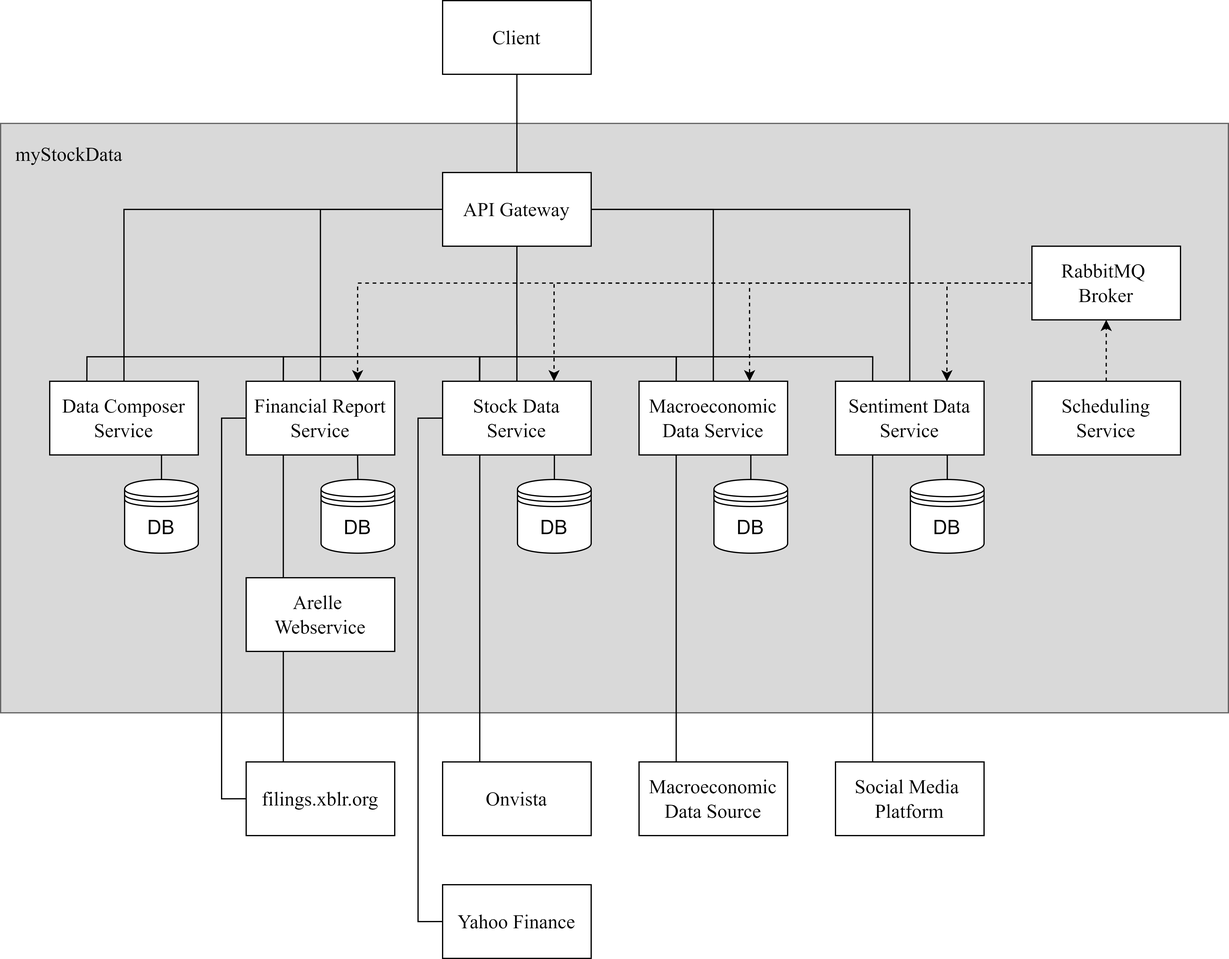
Before: architektur.drawio.png, a diagram exported from draw.io (Oli2861/myStockData). Source tidied: cells renumbered, new cells last; positions are measured from the earlier drawing's top-left corner, leaving out a move shared by most shapes. Source of this version:
```xml
<mxGraphModel>
  <root>
    <mxCell id="0" />
    <mxCell id="1" parent="0" />
    <mxCell id="2" style="rounded=0;whiteSpace=wrap;html=1;fontFamily=Computer Modern;fontSource=https%3A%2F%2Ffonts.googleapis.com%2Fcss%3Ffamily%3DComputer%2BModern;fillColor=#D9D9D9;fontColor=#333333;strokeColor=#666666;fontSize=16;" parent="1" vertex="1">
      <mxGeometry y="100" width="1000" height="480" as="geometry" />
    </mxCell>
    <mxCell id="3" style="edgeStyle=orthogonalEdgeStyle;rounded=0;jettySize=auto;html=1;entryX=0.5;entryY=1;entryDx=0;entryDy=0;fontFamily=Computer Modern;fontSource=https%3A%2F%2Ffonts.googleapis.com%2Fcss%3Ffamily%3DComputer%2BModern;dashed=1;fontSize=16;" parent="1" edge="1" source="4" target="9">
      <mxGeometry relative="1" as="geometry" />
    </mxCell>
    <mxCell id="4" value="Scheduling Service" style="rounded=0;whiteSpace=wrap;html=1;fontFamily=Computer Modern;fontSource=https%3A%2F%2Ffonts.googleapis.com%2Fcss%3Ffamily%3DComputer%2BModern;fontSize=16;" parent="1" vertex="1">
      <mxGeometry x="840" y="310" width="121" height="60" as="geometry" />
    </mxCell>
    <mxCell id="5" style="edgeStyle=orthogonalEdgeStyle;rounded=0;jettySize=auto;html=1;entryX=0.75;entryY=0;entryDx=0;entryDy=0;dashed=1;fontFamily=Computer Modern;fontSource=https%3A%2F%2Ffonts.googleapis.com%2Fcss%3Ffamily%3DComputer%2BModern;fontSize=16;" parent="1" edge="1" source="9" target="14">
      <mxGeometry relative="1" as="geometry" />
    </mxCell>
    <mxCell id="6" style="edgeStyle=orthogonalEdgeStyle;rounded=0;jettySize=auto;html=1;entryX=0.75;entryY=0;entryDx=0;entryDy=0;exitX=0;exitY=0.5;exitDx=0;exitDy=0;dashed=1;fontFamily=Computer Modern;fontSource=https%3A%2F%2Ffonts.googleapis.com%2Fcss%3Ffamily%3DComputer%2BModern;fontSize=16;" parent="1" edge="1" source="9" target="19">
      <mxGeometry relative="1" as="geometry" />
    </mxCell>
    <mxCell id="7" style="edgeStyle=orthogonalEdgeStyle;rounded=0;jettySize=auto;html=1;entryX=0.75;entryY=0;entryDx=0;entryDy=0;exitX=0;exitY=0.5;exitDx=0;exitDy=0;dashed=1;fontFamily=Computer Modern;fontSource=https%3A%2F%2Ffonts.googleapis.com%2Fcss%3Ffamily%3DComputer%2BModern;fontSize=16;" parent="1" edge="1" source="9" target="23">
      <mxGeometry relative="1" as="geometry">
        <Array as="points">
          <mxPoint x="610" y="230" />
          <mxPoint x="610" y="310" />
        </Array>
      </mxGeometry>
    </mxCell>
    <mxCell id="8" style="edgeStyle=orthogonalEdgeStyle;rounded=0;jettySize=auto;html=1;entryX=0.75;entryY=0;entryDx=0;entryDy=0;dashed=1;fontFamily=Computer Modern;fontSource=https%3A%2F%2Ffonts.googleapis.com%2Fcss%3Ffamily%3DComputer%2BModern;fontSize=16;" parent="1" edge="1" source="9" target="26">
      <mxGeometry relative="1" as="geometry" />
    </mxCell>
    <mxCell id="9" value="RabbitMQ &lt;br&gt;Broker" style="rounded=0;whiteSpace=wrap;html=1;fontFamily=Computer Modern;fontSource=https%3A%2F%2Ffonts.googleapis.com%2Fcss%3Ffamily%3DComputer%2BModern;fontSize=16;" parent="1" vertex="1">
      <mxGeometry x="840" y="200" width="121" height="60" as="geometry" />
    </mxCell>
    <mxCell id="10" style="edgeStyle=orthogonalEdgeStyle;rounded=0;jettySize=auto;html=1;entryX=0.25;entryY=0;entryDx=0;entryDy=0;startArrow=none;startFill=0;fontFamily=Computer Modern;fontSource=https%3A%2F%2Ffonts.googleapis.com%2Fcss%3Ffamily%3DComputer%2BModern;exitX=0.25;exitY=1;exitDx=0;exitDy=0;fontSize=16;endArrow=none;endFill=0;" parent="1" edge="1" source="14" target="28">
      <mxGeometry relative="1" as="geometry" />
    </mxCell>
    <mxCell id="11" style="edgeStyle=orthogonalEdgeStyle;rounded=0;jettySize=auto;html=1;entryX=0;entryY=0.5;entryDx=0;entryDy=0;startArrow=none;startFill=0;fontFamily=Computer Modern;fontSource=https%3A%2F%2Ffonts.googleapis.com%2Fcss%3Ffamily%3DComputer%2BModern;exitX=0;exitY=0.5;exitDx=0;exitDy=0;fontSize=16;endArrow=none;endFill=0;" parent="1" edge="1" source="14" target="29">
      <mxGeometry relative="1" as="geometry">
        <Array as="points">
          <mxPoint x="180" y="340" />
          <mxPoint x="180" y="650" />
        </Array>
      </mxGeometry>
    </mxCell>
    <mxCell id="12" style="edgeStyle=orthogonalEdgeStyle;rounded=0;jettySize=auto;html=1;entryX=0;entryY=0.5;entryDx=0;entryDy=0;startArrow=none;startFill=0;endArrow=none;endFill=0;fontSize=16;exitX=0.5;exitY=0;exitDx=0;exitDy=0;" parent="1" edge="1" source="14" target="42">
      <mxGeometry relative="1" as="geometry">
        <Array as="points">
          <mxPoint x="260" y="170" />
        </Array>
      </mxGeometry>
    </mxCell>
    <mxCell id="13" style="edgeStyle=orthogonalEdgeStyle;rounded=0;jettySize=auto;html=1;entryX=0.5;entryY=0;entryDx=0;entryDy=0;startArrow=none;startFill=0;endArrow=none;endFill=0;exitX=0.75;exitY=1;exitDx=0;exitDy=0;fontSize=16;" parent="1" edge="1" source="14" target="34">
      <mxGeometry relative="1" as="geometry" />
    </mxCell>
    <mxCell id="14" value="Financial Report Service" style="rounded=0;whiteSpace=wrap;html=1;fontFamily=Computer Modern;fontSource=https%3A%2F%2Ffonts.googleapis.com%2Fcss%3Ffamily%3DComputer%2BModern;fontSize=16;" parent="1" vertex="1">
      <mxGeometry x="200" y="310" width="121" height="60" as="geometry" />
    </mxCell>
    <mxCell id="15" style="edgeStyle=orthogonalEdgeStyle;rounded=0;jettySize=auto;html=1;entryX=0.25;entryY=0;entryDx=0;entryDy=0;startArrow=none;startFill=0;fontFamily=Computer Modern;fontSource=https%3A%2F%2Ffonts.googleapis.com%2Fcss%3Ffamily%3DComputer%2BModern;exitX=0.25;exitY=1;exitDx=0;exitDy=0;fontSize=16;endArrow=none;endFill=0;" parent="1" edge="1" source="19" target="30">
      <mxGeometry relative="1" as="geometry" />
    </mxCell>
    <mxCell id="16" style="edgeStyle=orthogonalEdgeStyle;rounded=0;jettySize=auto;html=1;entryX=0;entryY=0.5;entryDx=0;entryDy=0;startArrow=none;startFill=0;fontFamily=Computer Modern;fontSource=https%3A%2F%2Ffonts.googleapis.com%2Fcss%3Ffamily%3DComputer%2BModern;exitX=0;exitY=0.5;exitDx=0;exitDy=0;fontSize=16;endArrow=none;endFill=0;" parent="1" edge="1" source="19" target="31">
      <mxGeometry relative="1" as="geometry">
        <Array as="points">
          <mxPoint x="340" y="340" />
          <mxPoint x="340" y="750" />
        </Array>
      </mxGeometry>
    </mxCell>
    <mxCell id="17" style="edgeStyle=orthogonalEdgeStyle;rounded=0;jettySize=auto;html=1;entryX=0.5;entryY=1;entryDx=0;entryDy=0;startArrow=none;startFill=0;endArrow=none;endFill=0;exitX=0.5;exitY=0;exitDx=0;exitDy=0;fontSize=16;" parent="1" edge="1" source="19" target="42">
      <mxGeometry relative="1" as="geometry">
        <Array as="points">
          <mxPoint x="420" y="235" />
          <mxPoint x="420" y="200" />
        </Array>
      </mxGeometry>
    </mxCell>
    <mxCell id="18" style="edgeStyle=orthogonalEdgeStyle;rounded=0;jettySize=auto;html=1;entryX=0.25;entryY=0;entryDx=0;entryDy=0;endArrow=none;endFill=0;" parent="1" edge="1" source="19" target="14">
      <mxGeometry relative="1" as="geometry">
        <Array as="points">
          <mxPoint x="390" y="290" />
          <mxPoint x="230" y="290" />
        </Array>
      </mxGeometry>
    </mxCell>
    <mxCell id="19" value="Stock Data Service" style="rounded=0;whiteSpace=wrap;html=1;fontFamily=Computer Modern;fontSource=https%3A%2F%2Ffonts.googleapis.com%2Fcss%3Ffamily%3DComputer%2BModern;fontSize=16;" parent="1" vertex="1">
      <mxGeometry x="360" y="310" width="121" height="60" as="geometry" />
    </mxCell>
    <mxCell id="20" style="edgeStyle=orthogonalEdgeStyle;rounded=0;jettySize=auto;html=1;entryX=0.25;entryY=0;entryDx=0;entryDy=0;startArrow=none;startFill=0;fontFamily=Computer Modern;fontSource=https%3A%2F%2Ffonts.googleapis.com%2Fcss%3Ffamily%3DComputer%2BModern;exitX=0.25;exitY=1;exitDx=0;exitDy=0;fontSize=16;endArrow=none;endFill=0;" parent="1" edge="1" source="23" target="32">
      <mxGeometry relative="1" as="geometry" />
    </mxCell>
    <mxCell id="21" style="edgeStyle=orthogonalEdgeStyle;rounded=0;jettySize=auto;html=1;entryX=1;entryY=0.5;entryDx=0;entryDy=0;startArrow=none;startFill=0;endArrow=none;endFill=0;exitX=0.5;exitY=0;exitDx=0;exitDy=0;fontSize=16;" parent="1" edge="1" source="23" target="42">
      <mxGeometry relative="1" as="geometry" />
    </mxCell>
    <mxCell id="22" style="edgeStyle=orthogonalEdgeStyle;rounded=0;jettySize=auto;html=1;entryX=0.25;entryY=0;entryDx=0;entryDy=0;endArrow=none;endFill=0;exitX=0.25;exitY=0;exitDx=0;exitDy=0;" parent="1" edge="1" source="23" target="19">
      <mxGeometry relative="1" as="geometry" />
    </mxCell>
    <mxCell id="23" value="Macroeconomic Data Service" style="rounded=0;whiteSpace=wrap;html=1;fontFamily=Computer Modern;fontSource=https%3A%2F%2Ffonts.googleapis.com%2Fcss%3Ffamily%3DComputer%2BModern;fontSize=16;" parent="1" vertex="1">
      <mxGeometry x="520" y="310" width="121" height="60" as="geometry" />
    </mxCell>
    <mxCell id="24" style="edgeStyle=orthogonalEdgeStyle;rounded=0;jettySize=auto;html=1;entryX=0.25;entryY=0;entryDx=0;entryDy=0;startArrow=none;startFill=0;fontFamily=Computer Modern;fontSource=https%3A%2F%2Ffonts.googleapis.com%2Fcss%3Ffamily%3DComputer%2BModern;exitX=0.25;exitY=1;exitDx=0;exitDy=0;fontSize=16;endArrow=none;endFill=0;" parent="1" edge="1" source="26" target="33">
      <mxGeometry relative="1" as="geometry" />
    </mxCell>
    <mxCell id="25" style="edgeStyle=orthogonalEdgeStyle;rounded=0;jettySize=auto;html=1;entryX=0.25;entryY=0;entryDx=0;entryDy=0;endArrow=none;endFill=0;exitX=0.25;exitY=0;exitDx=0;exitDy=0;" parent="1" edge="1" source="26" target="23">
      <mxGeometry relative="1" as="geometry" />
    </mxCell>
    <mxCell id="26" value="Sentiment Data Service" style="rounded=0;whiteSpace=wrap;html=1;fontFamily=Computer Modern;fontSource=https%3A%2F%2Ffonts.googleapis.com%2Fcss%3Ffamily%3DComputer%2BModern;fontSize=16;" parent="1" vertex="1">
      <mxGeometry x="680" y="310" width="121" height="60" as="geometry" />
    </mxCell>
    <mxCell id="27" style="edgeStyle=orthogonalEdgeStyle;rounded=0;jettySize=auto;html=1;entryX=0.25;entryY=0;entryDx=0;entryDy=0;startArrow=none;startFill=0;fontFamily=Computer Modern;fontSource=https%3A%2F%2Ffonts.googleapis.com%2Fcss%3Ffamily%3DComputer%2BModern;exitX=0.25;exitY=1;exitDx=0;exitDy=0;fontSize=16;endArrow=none;endFill=0;" parent="1" edge="1" source="28" target="29">
      <mxGeometry relative="1" as="geometry" />
    </mxCell>
    <mxCell id="28" value="Arelle &lt;br&gt;Webservice" style="rounded=0;whiteSpace=wrap;html=1;fontFamily=Computer Modern;fontSource=https%3A%2F%2Ffonts.googleapis.com%2Fcss%3Ffamily%3DComputer%2BModern;fontSize=16;" parent="1" vertex="1">
      <mxGeometry x="200" y="470" width="121" height="60" as="geometry" />
    </mxCell>
    <mxCell id="29" value="filings.xblr.org" style="rounded=0;whiteSpace=wrap;html=1;fontFamily=Computer Modern;fontSource=https%3A%2F%2Ffonts.googleapis.com%2Fcss%3Ffamily%3DComputer%2BModern;fontSize=16;" parent="1" vertex="1">
      <mxGeometry x="200" y="620" width="121" height="60" as="geometry" />
    </mxCell>
    <mxCell id="30" value="Onvista" style="rounded=0;whiteSpace=wrap;html=1;fontFamily=Computer Modern;fontSource=https%3A%2F%2Ffonts.googleapis.com%2Fcss%3Ffamily%3DComputer%2BModern;fontSize=16;" parent="1" vertex="1">
      <mxGeometry x="360" y="620" width="121" height="60" as="geometry" />
    </mxCell>
    <mxCell id="31" value="Yahoo Finance" style="rounded=0;whiteSpace=wrap;html=1;fontFamily=Computer Modern;fontSource=https%3A%2F%2Ffonts.googleapis.com%2Fcss%3Ffamily%3DComputer%2BModern;fontSize=16;" parent="1" vertex="1">
      <mxGeometry x="360" y="720" width="121" height="60" as="geometry" />
    </mxCell>
    <mxCell id="32" value="Macroeconomic Data Source" style="rounded=0;whiteSpace=wrap;html=1;fontFamily=Computer Modern;fontSource=https%3A%2F%2Ffonts.googleapis.com%2Fcss%3Ffamily%3DComputer%2BModern;fontSize=16;" parent="1" vertex="1">
      <mxGeometry x="520" y="620" width="121" height="60" as="geometry" />
    </mxCell>
    <mxCell id="33" value="Social Media &lt;br style=&quot;font-size: 16px;&quot;&gt;Platform" style="rounded=0;whiteSpace=wrap;html=1;fontFamily=Computer Modern;fontSource=https%3A%2F%2Ffonts.googleapis.com%2Fcss%3Ffamily%3DComputer%2BModern;fontSize=16;" parent="1" vertex="1">
      <mxGeometry x="680" y="620" width="121" height="60" as="geometry" />
    </mxCell>
    <mxCell id="34" value="DB" style="shape=datastore;whiteSpace=wrap;html=1;fontSize=16;" parent="1" vertex="1">
      <mxGeometry x="261" y="390" width="60" height="60" as="geometry" />
    </mxCell>
    <mxCell id="35" style="edgeStyle=orthogonalEdgeStyle;rounded=0;jettySize=auto;html=1;entryX=0.75;entryY=1;entryDx=0;entryDy=0;startArrow=none;startFill=0;endArrow=none;endFill=0;fontSize=16;" parent="1" edge="1" source="36" target="19">
      <mxGeometry relative="1" as="geometry" />
    </mxCell>
    <mxCell id="36" value="DB" style="shape=datastore;whiteSpace=wrap;html=1;fontSize=16;" parent="1" vertex="1">
      <mxGeometry x="421" y="390" width="60" height="60" as="geometry" />
    </mxCell>
    <mxCell id="37" style="edgeStyle=orthogonalEdgeStyle;rounded=0;jettySize=auto;html=1;entryX=0.75;entryY=1;entryDx=0;entryDy=0;startArrow=none;startFill=0;endArrow=none;endFill=0;fontSize=16;" parent="1" edge="1" source="38" target="23">
      <mxGeometry relative="1" as="geometry" />
    </mxCell>
    <mxCell id="38" value="DB" style="shape=datastore;whiteSpace=wrap;html=1;fontSize=16;" parent="1" vertex="1">
      <mxGeometry x="581" y="390" width="60" height="60" as="geometry" />
    </mxCell>
    <mxCell id="39" style="edgeStyle=orthogonalEdgeStyle;rounded=0;jettySize=auto;html=1;entryX=0.75;entryY=1;entryDx=0;entryDy=0;startArrow=none;startFill=0;endArrow=none;endFill=0;fontSize=16;" parent="1" edge="1" source="40" target="26">
      <mxGeometry relative="1" as="geometry" />
    </mxCell>
    <mxCell id="40" value="DB" style="shape=datastore;whiteSpace=wrap;html=1;fontSize=16;" parent="1" vertex="1">
      <mxGeometry x="741" y="390" width="60" height="60" as="geometry" />
    </mxCell>
    <mxCell id="41" style="edgeStyle=orthogonalEdgeStyle;rounded=0;jettySize=auto;html=1;entryX=0.5;entryY=0;entryDx=0;entryDy=0;startArrow=none;startFill=0;endArrow=none;endFill=0;fontSize=16;" parent="1" edge="1" source="42" target="26">
      <mxGeometry relative="1" as="geometry">
        <Array as="points">
          <mxPoint x="740" y="170" />
        </Array>
      </mxGeometry>
    </mxCell>
    <mxCell id="42" value="API Gateway" style="rounded=0;whiteSpace=wrap;html=1;fontFamily=Computer Modern;fontSource=https%3A%2F%2Ffonts.googleapis.com%2Fcss%3Ffamily%3DComputer%2BModern;fontSize=16;" parent="1" vertex="1">
      <mxGeometry x="360" y="140" width="121" height="60" as="geometry" />
    </mxCell>
    <mxCell id="43" style="edgeStyle=orthogonalEdgeStyle;rounded=0;jettySize=auto;html=1;entryX=0.5;entryY=0;entryDx=0;entryDy=0;endArrow=none;endFill=0;" parent="1" edge="1" source="44" target="42">
      <mxGeometry relative="1" as="geometry" />
    </mxCell>
    <mxCell id="44" value="Client" style="rounded=0;whiteSpace=wrap;html=1;fontFamily=Computer Modern;fontSource=https%3A%2F%2Ffonts.googleapis.com%2Fcss%3Ffamily%3DComputer%2BModern;fontSize=16;" parent="1" vertex="1">
      <mxGeometry x="360" width="121" height="60" as="geometry" />
    </mxCell>
    <mxCell id="45" value="myStockData" style="text;html=1;strokeColor=none;fillColor=none;align=center;verticalAlign=middle;whiteSpace=wrap;rounded=0;fontFamily=Computer Modern;fontSource=https%3A%2F%2Ffonts.googleapis.com%2Fcss%3Ffamily%3DComputer%2BModern;fontSize=16;" parent="1" vertex="1">
      <mxGeometry x="11" y="110" width="90" height="30" as="geometry" />
    </mxCell>
    <mxCell id="46" style="edgeStyle=orthogonalEdgeStyle;rounded=0;jettySize=auto;html=1;entryX=0.75;entryY=1;entryDx=0;entryDy=0;endArrow=none;endFill=0;" parent="1" edge="1" source="47" target="50">
      <mxGeometry relative="1" as="geometry" />
    </mxCell>
    <mxCell id="47" value="DB" style="shape=datastore;whiteSpace=wrap;html=1;fontSize=16;" parent="1" vertex="1">
      <mxGeometry x="101" y="390" width="60" height="60" as="geometry" />
    </mxCell>
    <mxCell id="48" style="edgeStyle=orthogonalEdgeStyle;rounded=0;jettySize=auto;html=1;entryX=0;entryY=0.5;entryDx=0;entryDy=0;endArrow=none;endFill=0;" parent="1" edge="1" source="50" target="42">
      <mxGeometry relative="1" as="geometry">
        <Array as="points">
          <mxPoint x="100" y="170" />
        </Array>
      </mxGeometry>
    </mxCell>
    <mxCell id="49" style="edgeStyle=orthogonalEdgeStyle;rounded=0;jettySize=auto;html=1;entryX=0.25;entryY=0;entryDx=0;entryDy=0;endArrow=none;endFill=0;exitX=0.25;exitY=0;exitDx=0;exitDy=0;" parent="1" edge="1" source="50" target="14">
      <mxGeometry relative="1" as="geometry">
        <Array as="points">
          <mxPoint x="70" y="290" />
          <mxPoint x="230" y="290" />
        </Array>
      </mxGeometry>
    </mxCell>
    <mxCell id="50" value="Data Composer&lt;br&gt;Service" style="rounded=0;whiteSpace=wrap;html=1;fontFamily=Computer Modern;fontSource=https%3A%2F%2Ffonts.googleapis.com%2Fcss%3Ffamily%3DComputer%2BModern;fontSize=16;" parent="1" vertex="1">
      <mxGeometry x="40" y="310" width="121" height="60" as="geometry" />
    </mxCell>
  </root>
</mxGraphModel>
```
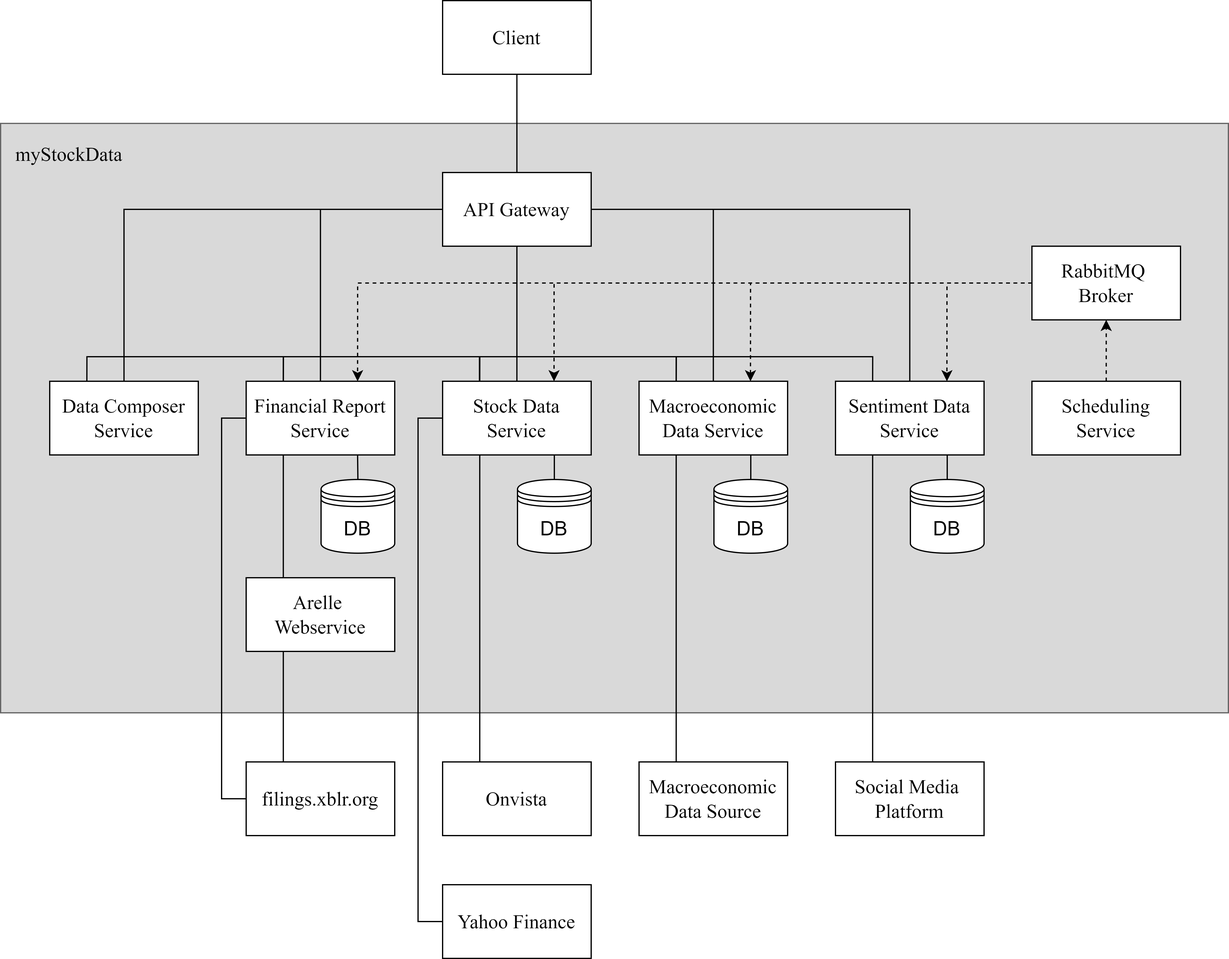
After the commit.

Change to the diagram source:
```diff
@@ -167,12 +167,6 @@
     <mxCell id="45" value="myStockData" style="text;html=1;strokeColor=none;fillColor=none;align=center;verticalAlign=middle;whiteSpace=wrap;rounded=0;fontFamily=Computer Modern;fontSource=https%3A%2F%2Ffonts.googleapis.com%2Fcss%3Ffamily%3DComputer%2BModern;fontSize=16;" parent="1" vertex="1">
       <mxGeometry x="11" y="110" width="90" height="30" as="geometry" />
     </mxCell>
-    <mxCell id="46" style="edgeStyle=orthogonalEdgeStyle;rounded=0;jettySize=auto;html=1;entryX=0.75;entryY=1;entryDx=0;entryDy=0;endArrow=none;endFill=0;" parent="1" edge="1" source="47" target="50">
-      <mxGeometry relative="1" as="geometry" />
-    </mxCell>
-    <mxCell id="47" value="DB" style="shape=datastore;whiteSpace=wrap;html=1;fontSize=16;" parent="1" vertex="1">
-      <mxGeometry x="101" y="390" width="60" height="60" as="geometry" />
-    </mxCell>
     <mxCell id="48" style="edgeStyle=orthogonalEdgeStyle;rounded=0;jettySize=auto;html=1;entryX=0;entryY=0.5;entryDx=0;entryDy=0;endArrow=none;endFill=0;" parent="1" edge="1" source="50" target="42">
       <mxGeometry relative="1" as="geometry">
         <Array as="points">
```
